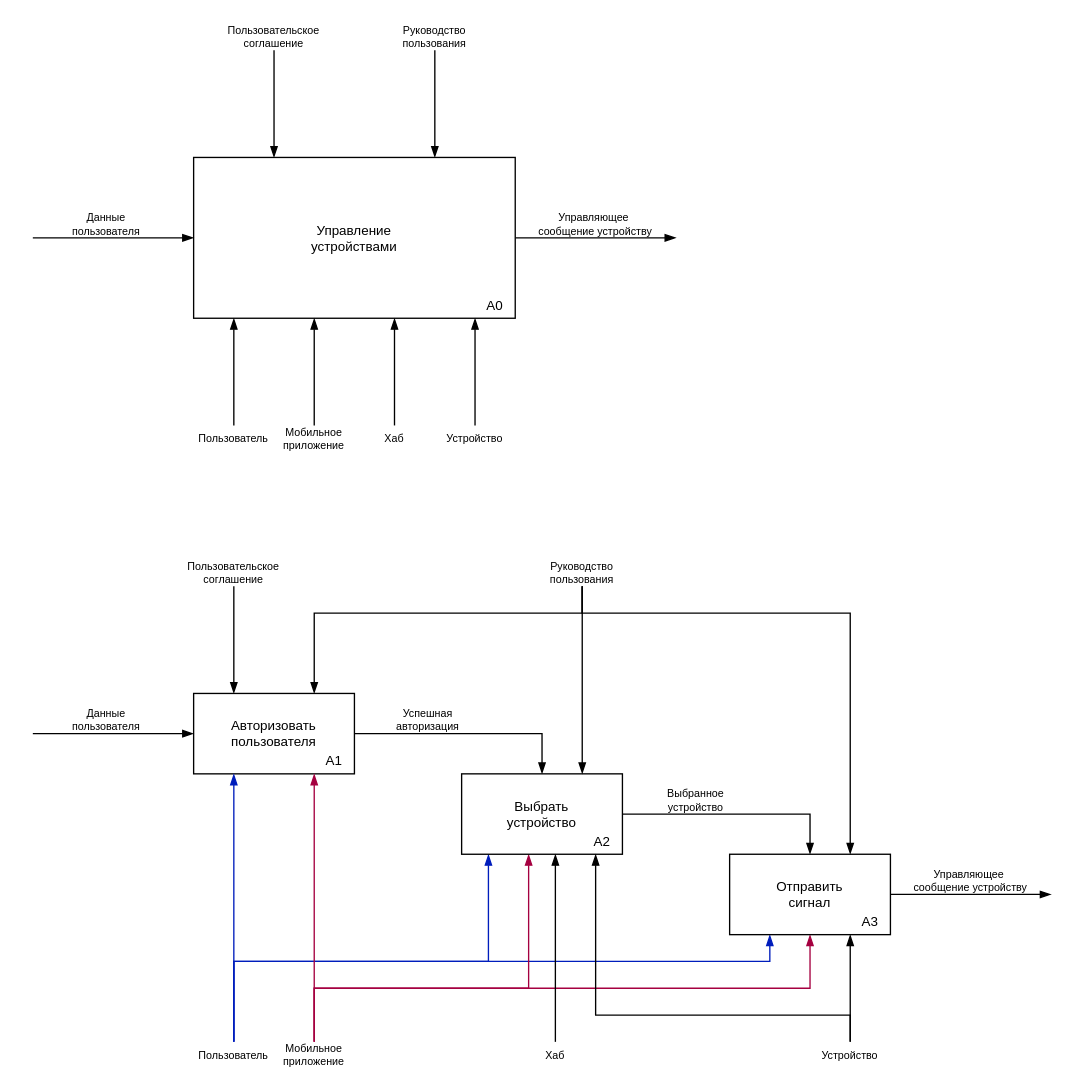
Earlier version of the draw.io diagram systems-engineering/idef-0.drawio (mkstas/LearningVyatSu). Source tidied: cells renumbered, new cells numbered last; positions are measured from the earlier drawing's top-left corner, leaving out a move shared by most shapes. Both pictures are drawn from the tidied source at 134%, with x=0, y=0 at pixel (32, 23).
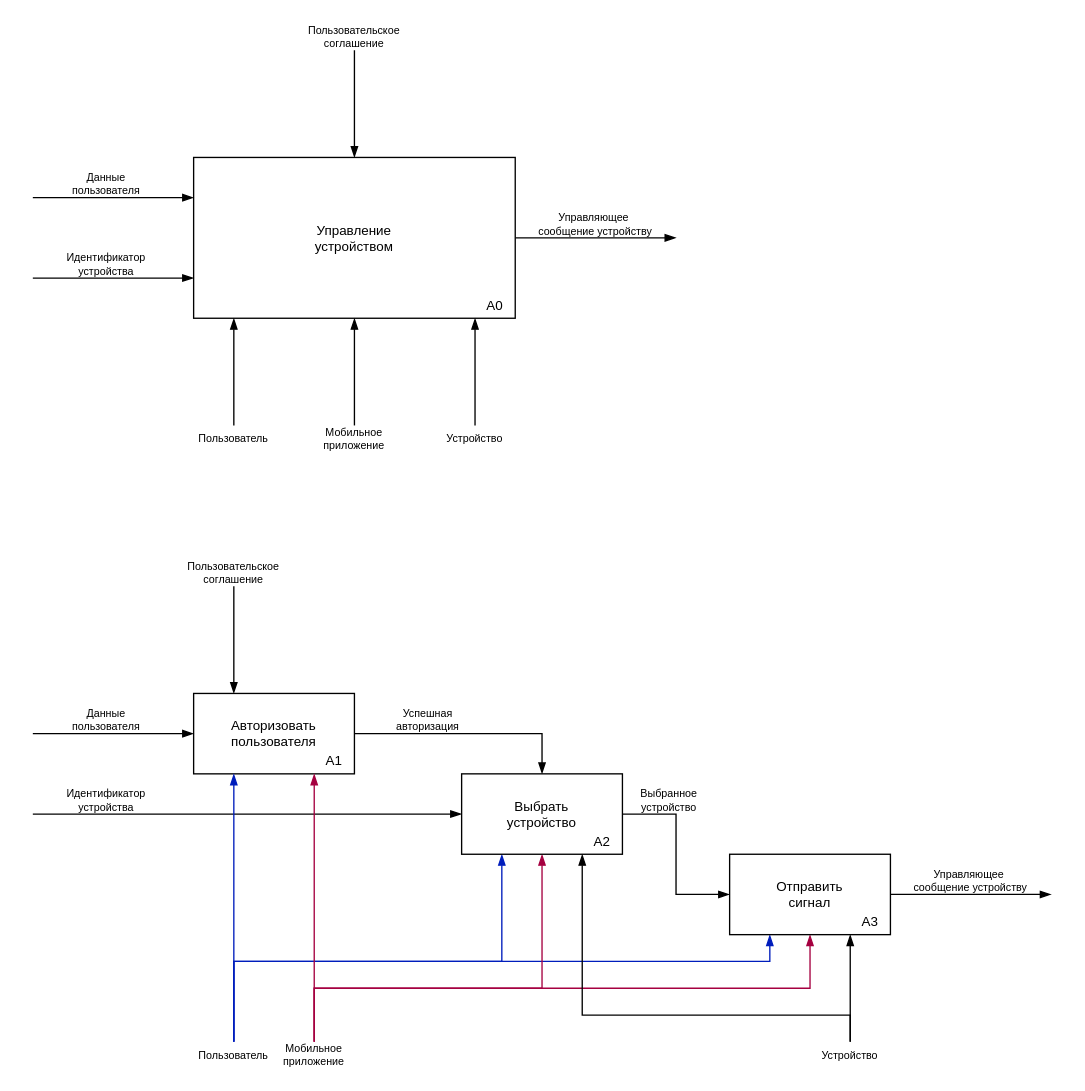
After the change.

Unchanged cells that the change refers to:
```xml
<mxCell id="21" value="Авторизовать&lt;div&gt;пользователя&lt;/div&gt;" style="rounded=0;whiteSpace=wrap;html=1;fontSize=10;" parent="1" vertex="1">
  <mxGeometry x="120" y="500" width="120" height="60" as="geometry" />
</mxCell>
<mxCell id="30" value="&lt;div&gt;Пользователь&lt;/div&gt;" style="text;html=1;whiteSpace=wrap;strokeColor=none;fillColor=none;align=center;verticalAlign=middle;rounded=0;fontSize=8;" parent="1" vertex="1">
  <mxGeometry x="120" y="760" width="60" height="20" as="geometry" />
</mxCell>
<mxCell id="34" value="Мобильное&lt;div&gt;приложение&lt;/div&gt;" style="text;html=1;whiteSpace=wrap;strokeColor=none;fillColor=none;align=center;verticalAlign=middle;rounded=0;fontSize=8;" parent="1" vertex="1">
  <mxGeometry x="180" y="760" width="60" height="20" as="geometry" />
</mxCell>
<mxCell id="36" value="Выбрать&lt;div&gt;устройство&lt;/div&gt;" style="rounded=0;whiteSpace=wrap;html=1;fontSize=10;" parent="1" vertex="1">
  <mxGeometry x="320" y="560" width="120" height="60" as="geometry" />
</mxCell>
<mxCell id="38" value="Отправить&lt;div&gt;сигнал&lt;/div&gt;" style="rounded=0;whiteSpace=wrap;html=1;fontSize=10;" parent="1" vertex="1">
  <mxGeometry x="520" y="620" width="120" height="60" as="geometry" />
</mxCell>
<mxCell id="46" value="Устройство" style="text;html=1;whiteSpace=wrap;strokeColor=none;fillColor=none;align=center;verticalAlign=middle;rounded=0;fontSize=8;" parent="1" vertex="1">
  <mxGeometry x="580" y="760" width="60" height="20" as="geometry" />
</mxCell>
```

Change to the diagram source:
```diff
@@
+    <mxCell id="53" style="endArrow=blockThin;html=1;rounded=0;endFill=1;" parent="1" edge="1" target="36">
+      <mxGeometry relative="1" as="geometry">
+        <mxPoint y="590" as="sourcePoint" />
+      </mxGeometry>
+    </mxCell>
     <mxCell id="2" style="edgeStyle=orthogonalEdgeStyle;rounded=0;orthogonalLoop=1;jettySize=auto;html=1;endArrow=blockThin;endFill=1;" parent="1" edge="1">
       <mxGeometry relative="1" as="geometry">
-        <mxPoint x="180" y="20" as="sourcePoint" />
-        <mxPoint x="180" y="100" as="targetPoint" />
+        <mxPoint x="240" y="20" as="sourcePoint" />
+        <mxPoint x="240" y="100" as="targetPoint" />
       </mxGeometry>
     </mxCell>
@@
-    <mxCell id="4" value="Управление&lt;div&gt;устройствами&lt;/div&gt;" style="rounded=0;whiteSpace=wrap;html=1;fontSize=10;" parent="1" vertex="1">
+    <mxCell id="4" value="Управление&lt;div&gt;устройством&lt;/div&gt;" style="rounded=0;whiteSpace=wrap;html=1;fontSize=10;" parent="1" vertex="1">
       <mxGeometry x="120" y="100" width="240" height="120" as="geometry" />
     </mxCell>
@@
-    <mxCell id="6" style="endArrow=blockThin;html=1;rounded=0;entryX=0;entryY=0.5;entryDx=0;entryDy=0;endFill=1;" parent="1" edge="1" target="4">
+    <mxCell id="6" style="endArrow=blockThin;html=1;rounded=0;entryX=0;entryY=0.5;entryDx=0;entryDy=0;endFill=1;" parent="1" edge="1">
       <mxGeometry relative="1" as="geometry">
-        <mxPoint y="160" as="sourcePoint" />
+        <mxPoint y="130" as="sourcePoint" />
+        <mxPoint x="120" y="130" as="targetPoint" />
       </mxGeometry>
     </mxCell>
     <mxCell id="7" value="&lt;font&gt;Данные&lt;/font&gt;&lt;div style=&quot;&quot;&gt;&lt;font&gt;пользователя&lt;/font&gt;&lt;/div&gt;" style="text;html=1;whiteSpace=wrap;strokeColor=none;fillColor=none;align=center;verticalAlign=middle;rounded=0;fontSize=8;" parent="1" vertex="1">
-      <mxGeometry x="20" y="140" width="70" height="20" as="geometry" />
+      <mxGeometry x="20" y="110" width="70" height="20" as="geometry" />
     </mxCell>
     <mxCell id="8" value="Пользовательское&lt;div&gt;соглашение&lt;/div&gt;" style="text;html=1;whiteSpace=wrap;strokeColor=none;fillColor=none;align=center;verticalAlign=middle;rounded=0;fontSize=8;" parent="1" vertex="1">
-      <mxGeometry x="140" width="80" height="20" as="geometry" />
+      <mxGeometry x="200" width="80" height="20" as="geometry" />
     </mxCell>
-    <mxCell id="9" style="edgeStyle=orthogonalEdgeStyle;rounded=0;orthogonalLoop=1;jettySize=auto;html=1;endArrow=blockThin;endFill=1;" parent="1" edge="1">
-      <mxGeometry relative="1" as="geometry">
-        <mxPoint x="300" y="20" as="sourcePoint" />
-        <mxPoint x="300" y="100" as="targetPoint" />
-      </mxGeometry>
-    </mxCell>
-    <mxCell id="10" value="Руководство&lt;div&gt;пользования&lt;/div&gt;" style="text;html=1;whiteSpace=wrap;strokeColor=none;fillColor=none;align=center;verticalAlign=middle;rounded=0;fontSize=8;" parent="1" vertex="1">
-      <mxGeometry x="270" width="60" height="20" as="geometry" />
-    </mxCell>
@@
     <mxCell id="13" style="edgeStyle=orthogonalEdgeStyle;rounded=0;orthogonalLoop=1;jettySize=auto;html=1;endArrow=blockThin;endFill=1;" parent="1" edge="1">
       <mxGeometry relative="1" as="geometry">
-        <mxPoint x="210" y="300" as="sourcePoint" />
-        <mxPoint x="210" y="220" as="targetPoint" />
+        <mxPoint x="240" y="300" as="sourcePoint" />
+        <mxPoint x="240" y="220" as="targetPoint" />
       </mxGeometry>
     </mxCell>
-    <mxCell id="14" value="Хаб" style="text;html=1;whiteSpace=wrap;strokeColor=none;fillColor=none;align=center;verticalAlign=middle;rounded=0;fontSize=8;" parent="1" vertex="1">
-      <mxGeometry x="255" y="300" width="30" height="20" as="geometry" />
-    </mxCell>
-    <mxCell id="15" style="edgeStyle=orthogonalEdgeStyle;rounded=0;orthogonalLoop=1;jettySize=auto;html=1;endArrow=blockThin;endFill=1;" parent="1" edge="1">
-      <mxGeometry relative="1" as="geometry">
-        <mxPoint x="269.9" y="300" as="sourcePoint" />
-        <mxPoint x="269.9" y="220" as="targetPoint" />
-      </mxGeometry>
-    </mxCell>
@@
     <mxCell id="18" value="Мобильное&lt;div&gt;приложение&lt;/div&gt;" style="text;html=1;whiteSpace=wrap;strokeColor=none;fillColor=none;align=center;verticalAlign=middle;rounded=0;fontSize=8;" parent="1" vertex="1">
-      <mxGeometry x="180" y="300" width="60" height="20" as="geometry" />
+      <mxGeometry x="210" y="300" width="60" height="20" as="geometry" />
     </mxCell>
@@
     <mxCell id="28" style="edgeStyle=orthogonalEdgeStyle;rounded=0;jettySize=auto;html=1;endArrow=blockThin;endFill=1;fillColor=#0050ef;strokeColor=#001DBC;" parent="1" edge="1" source="30" target="36">
       <mxGeometry relative="1" as="geometry">
         <Array as="points">
           <mxPoint x="150" y="700" />
-          <mxPoint x="340" y="700" />
+          <mxPoint x="350" y="700" />
         </Array>
       </mxGeometry>
     </mxCell>
@@
     <mxCell id="32" style="edgeStyle=orthogonalEdgeStyle;rounded=0;jettySize=auto;html=1;endArrow=blockThin;endFill=1;fillColor=#d80073;strokeColor=#A50040;" parent="1" edge="1" source="34" target="36">
       <mxGeometry relative="1" as="geometry">
         <Array as="points">
           <mxPoint x="210" y="720" />
-          <mxPoint x="370" y="720" />
+          <mxPoint x="380" y="720" />
         </Array>
       </mxGeometry>
     </mxCell>
@@
-    <mxCell id="35" style="edgeStyle=orthogonalEdgeStyle;rounded=0;jettySize=auto;html=1;entryX=0.5;entryY=0;entryDx=0;entryDy=0;endArrow=blockThin;endFill=1;" parent="1" edge="1" source="36" target="38">
+    <mxCell id="35" style="edgeStyle=orthogonalEdgeStyle;rounded=0;jettySize=auto;html=1;entryX=0;entryY=0.5;entryDx=0;entryDy=0;endArrow=blockThin;endFill=1;" parent="1" edge="1" source="36" target="38">
       <mxGeometry relative="1" as="geometry" />
     </mxCell>
@@
-    <mxCell id="42" style="edgeStyle=orthogonalEdgeStyle;rounded=0;jettySize=auto;html=1;entryX=0.583;entryY=1;entryDx=0;entryDy=0;entryPerimeter=0;endArrow=blockThin;endFill=1;" parent="1" edge="1" source="43" target="36">
-      <mxGeometry relative="1" as="geometry" />
-    </mxCell>
-    <mxCell id="43" value="Хаб" style="text;html=1;whiteSpace=wrap;strokeColor=none;fillColor=none;align=center;verticalAlign=middle;rounded=0;fontSize=8;" parent="1" vertex="1">
-      <mxGeometry x="370" y="760" width="40" height="20" as="geometry" />
-    </mxCell>
@@
     <mxCell id="45" style="edgeStyle=orthogonalEdgeStyle;rounded=0;jettySize=auto;html=1;endArrow=blockThin;endFill=1;" parent="1" edge="1" source="46" target="36">
       <mxGeometry relative="1" as="geometry">
         <Array as="points">
           <mxPoint x="610" y="740" />
-          <mxPoint x="420" y="740" />
+          <mxPoint x="410" y="740" />
         </Array>
       </mxGeometry>
     </mxCell>
@@
-    <mxCell id="47" style="edgeStyle=orthogonalEdgeStyle;rounded=0;jettySize=auto;html=1;endArrow=blockThin;endFill=1;entryX=0.75;entryY=0;entryDx=0;entryDy=0;" parent="1" edge="1" source="50" target="36">
-      <mxGeometry relative="1" as="geometry" />
-    </mxCell>
-    <mxCell id="48" style="edgeStyle=orthogonalEdgeStyle;rounded=0;jettySize=auto;html=1;entryX=0.75;entryY=0;entryDx=0;entryDy=0;endArrow=blockThin;endFill=1;" parent="1" edge="1" source="50" target="38">
-      <mxGeometry relative="1" as="geometry">
-        <Array as="points">
-          <mxPoint x="410" y="440" />
-          <mxPoint x="610" y="440" />
-        </Array>
-      </mxGeometry>
-    </mxCell>
-    <mxCell id="49" style="edgeStyle=orthogonalEdgeStyle;rounded=0;jettySize=auto;html=1;entryX=0.75;entryY=0;entryDx=0;entryDy=0;endArrow=blockThin;endFill=1;" parent="1" edge="1" source="50" target="21">
-      <mxGeometry relative="1" as="geometry">
-        <Array as="points">
-          <mxPoint x="410" y="440" />
-          <mxPoint x="210" y="440" />
-        </Array>
-      </mxGeometry>
-    </mxCell>
-    <mxCell id="50" value="Руководство&lt;div&gt;пользования&lt;/div&gt;" style="text;html=1;whiteSpace=wrap;strokeColor=none;fillColor=none;align=center;verticalAlign=middle;rounded=0;fontSize=8;" parent="1" vertex="1">
-      <mxGeometry x="380" y="400" width="60" height="20" as="geometry" />
-    </mxCell>
@@
     <mxCell id="52" value="Выбранное&lt;div&gt;устройство&lt;/div&gt;" style="text;html=1;whiteSpace=wrap;strokeColor=none;fillColor=none;align=center;verticalAlign=middle;rounded=0;fontSize=8;" parent="1" vertex="1">
-      <mxGeometry x="460" y="570" width="70" height="20" as="geometry" />
+      <mxGeometry x="440" y="570" width="70" height="20" as="geometry" />
     </mxCell>
+    <mxCell id="54" style="endArrow=blockThin;html=1;rounded=0;entryX=0;entryY=0.5;entryDx=0;entryDy=0;endFill=1;" parent="1" edge="1">
+      <mxGeometry relative="1" as="geometry">
+        <mxPoint y="190" as="sourcePoint" />
+        <mxPoint x="120" y="190" as="targetPoint" />
+      </mxGeometry>
+    </mxCell>
+    <mxCell id="55" value="Идентификатор&lt;div&gt;устройства&lt;/div&gt;" style="text;html=1;whiteSpace=wrap;strokeColor=none;fillColor=none;align=center;verticalAlign=middle;rounded=0;fontSize=8;" parent="1" vertex="1">
+      <mxGeometry x="20" y="170" width="70" height="20" as="geometry" />
+    </mxCell>
+    <mxCell id="56" value="Идентификатор&lt;div&gt;устройства&lt;/div&gt;" style="text;html=1;whiteSpace=wrap;strokeColor=none;fillColor=none;align=center;verticalAlign=middle;rounded=0;fontSize=8;" parent="1" vertex="1">
+      <mxGeometry x="20" y="570" width="70" height="20" as="geometry" />
+    </mxCell>
```
